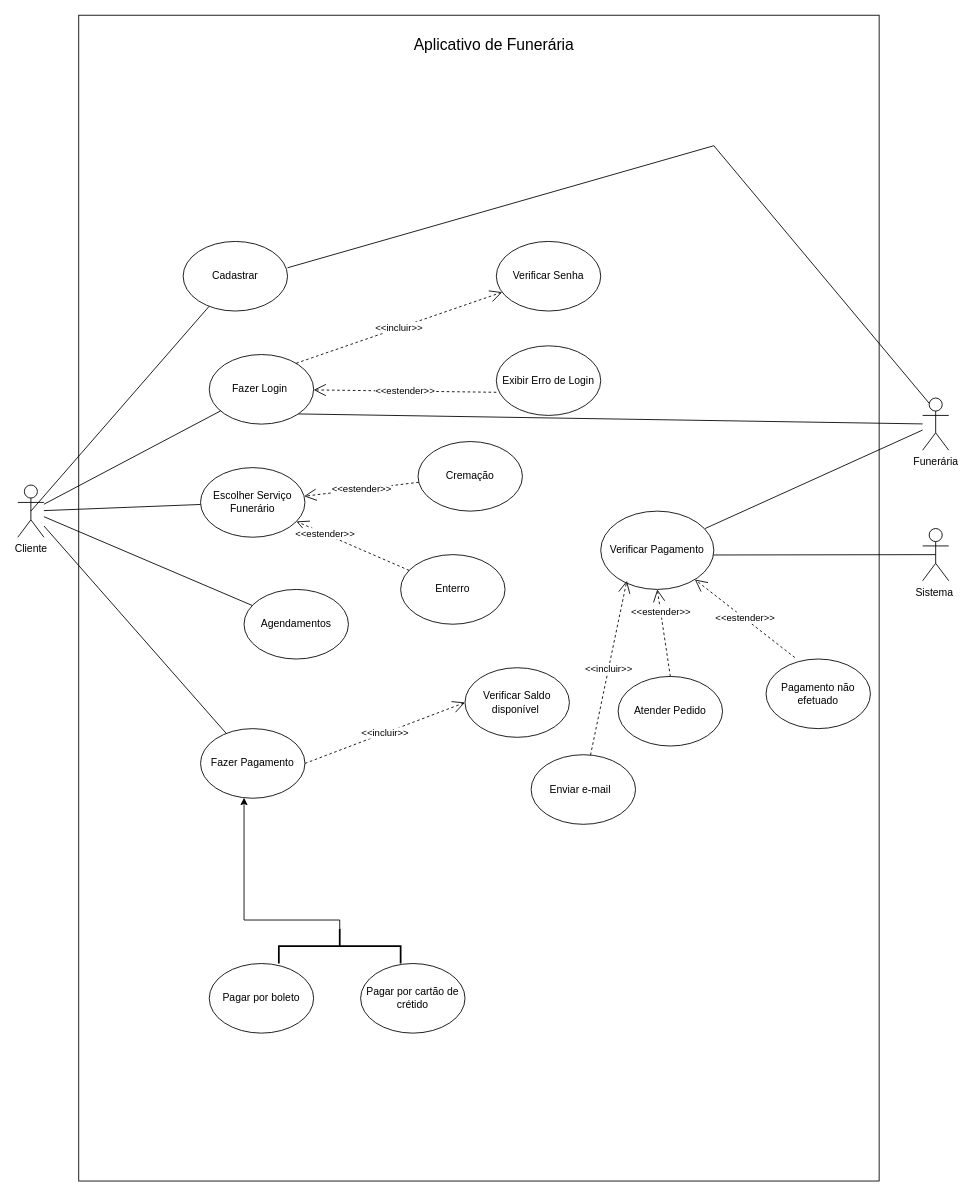
Earlier version of the draw.io diagram TrabalhoEngenharia.drawio (EsterGalati/Diagramas). Source tidied: cells renumbered, new cells numbered last; positions are measured from the earlier drawing's top-left corner, leaving out a move shared by most shapes. Both pictures are drawn from the tidied source at 87%, with x=0, y=0 at pixel (17, 15).
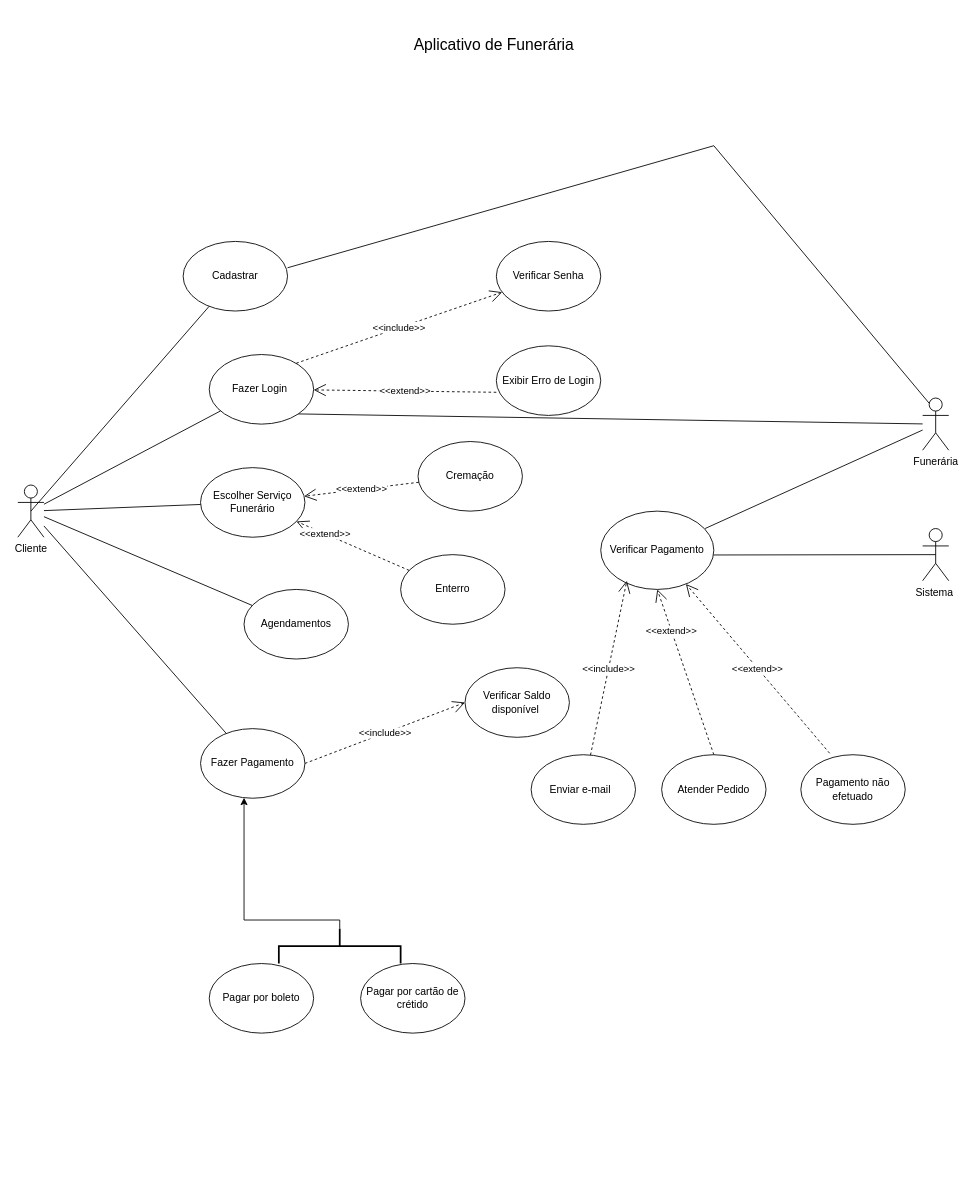
The same diagram, later.

The change refers to these unchanged cells:
```xml
<mxCell id="3" value="Fazer Login&amp;nbsp;" style="ellipse;whiteSpace=wrap;html=1;" parent="1" vertex="1">
  <mxGeometry x="220" y="390" width="120" height="80" as="geometry" />
</mxCell>
<mxCell id="5" value="Escolher Serviço Funerário" style="ellipse;whiteSpace=wrap;html=1;" parent="1" vertex="1">
  <mxGeometry x="210" y="520" width="120" height="80" as="geometry" />
</mxCell>
<mxCell id="12" value="Verificar Senha" style="ellipse;whiteSpace=wrap;html=1;" parent="1" vertex="1">
  <mxGeometry x="550" y="260" width="120" height="80" as="geometry" />
</mxCell>
<mxCell id="13" value="Fazer Pagamento" style="ellipse;whiteSpace=wrap;html=1;" parent="1" vertex="1">
  <mxGeometry x="210" y="820" width="120" height="80" as="geometry" />
</mxCell>
<mxCell id="15" value="Verificar Saldo disponível&amp;nbsp;" style="ellipse;whiteSpace=wrap;html=1;" parent="1" vertex="1">
  <mxGeometry x="514" y="750" width="120" height="80" as="geometry" />
</mxCell>
<mxCell id="23" value="Cremação" style="ellipse;whiteSpace=wrap;html=1;" parent="1" vertex="1">
  <mxGeometry x="460" y="490" width="120" height="80" as="geometry" />
</mxCell>
<mxCell id="24" value="Enterro" style="ellipse;whiteSpace=wrap;html=1;" parent="1" vertex="1">
  <mxGeometry x="440" y="620" width="120" height="80" as="geometry" />
</mxCell>
<mxCell id="30" value="Verificar Pagamento" style="ellipse;whiteSpace=wrap;html=1;" parent="1" vertex="1">
  <mxGeometry x="670" y="570" width="130" height="90" as="geometry" />
</mxCell>
<mxCell id="38" value="Sistema&amp;nbsp;&lt;br&gt;" style="shape=umlActor;verticalLabelPosition=bottom;verticalAlign=top;html=1;outlineConnect=0;" parent="1" vertex="1">
  <mxGeometry x="1040" y="590" width="30" height="60" as="geometry" />
</mxCell>
<mxCell id="40" value="Enviar e-mail&amp;nbsp;&amp;nbsp;" style="ellipse;whiteSpace=wrap;html=1;" parent="1" vertex="1">
  <mxGeometry x="590" y="850" width="120" height="80" as="geometry" />
</mxCell>
```

Change to the diagram source:
```diff
@@
-    <mxCell id="18" value="&amp;lt;&amp;lt;incluir&amp;gt;&amp;gt;" style="endArrow=open;endSize=12;dashed=1;html=1;rounded=0;" parent="1" edge="1" target="12">
+    <mxCell id="18" value="&amp;lt;&amp;lt;include&amp;gt;&amp;gt;" style="endArrow=open;endSize=12;dashed=1;html=1;rounded=0;" parent="1" edge="1" target="12">
       <mxGeometry relative="1" as="geometry">
         <mxPoint x="320" y="400" as="sourcePoint" />
       </mxGeometry>
     </mxCell>
-    <mxCell id="19" value="&amp;lt;&amp;lt;estender&amp;gt;&amp;gt;" style="endArrow=open;endSize=12;dashed=1;html=1;rounded=0;" parent="1" edge="1" target="3">
+    <mxCell id="19" value="&amp;lt;&amp;lt;extend&amp;gt;&amp;gt;" style="endArrow=open;endSize=12;dashed=1;html=1;rounded=0;" parent="1" edge="1" target="3">
       <mxGeometry relative="1" as="geometry">
         <mxPoint x="550" y="433.4" as="sourcePoint" />
       </mxGeometry>
     </mxCell>
-    <mxCell id="20" value="&amp;lt;&amp;lt;incluir&amp;gt;&amp;gt;" style="endArrow=open;endSize=12;dashed=1;html=1;rounded=0;entryX=0;entryY=0.5;entryDx=0;entryDy=0;exitX=1;exitY=0.5;exitDx=0;exitDy=0;" parent="1" edge="1" source="13" target="15">
+    <mxCell id="20" value="&amp;lt;&amp;lt;include&amp;gt;&amp;gt;" style="endArrow=open;endSize=12;dashed=1;html=1;rounded=0;entryX=0;entryY=0.5;entryDx=0;entryDy=0;exitX=1;exitY=0.5;exitDx=0;exitDy=0;" parent="1" edge="1" source="13" target="15">
       <mxGeometry relative="1" as="geometry" />
     </mxCell>
@@
-    <mxCell id="25" value="&amp;lt;&amp;lt;estender&amp;gt;&amp;gt;" style="endArrow=open;endSize=12;dashed=1;html=1;rounded=0;" parent="1" edge="1" source="23" target="5">
+    <mxCell id="25" value="&amp;lt;&amp;lt;extend&amp;gt;&amp;gt;" style="endArrow=open;endSize=12;dashed=1;html=1;rounded=0;" parent="1" edge="1" source="23" target="5">
       <mxGeometry relative="1" as="geometry" />
     </mxCell>
-    <mxCell id="26" value="&amp;lt;&amp;lt;estender&amp;gt;&amp;gt;" style="endArrow=open;endSize=12;dashed=1;html=1;rounded=0;" parent="1" edge="1" source="24" target="5">
+    <mxCell id="26" value="&amp;lt;&amp;lt;extend&amp;gt;&amp;gt;" style="endArrow=open;endSize=12;dashed=1;html=1;rounded=0;" parent="1" edge="1" source="24" target="5">
       <mxGeometry x="0.49" relative="1" as="geometry" />
     </mxCell>
@@
     <mxCell id="29" value="Atender Pedido" style="ellipse;whiteSpace=wrap;html=1;" parent="1" vertex="1">
-      <mxGeometry x="690" y="760" width="120" height="80" as="geometry" />
+      <mxGeometry x="740" y="850" width="120" height="80" as="geometry" />
     </mxCell>
@@
     <mxCell id="32" value="Pagamento não efetuado" style="ellipse;whiteSpace=wrap;html=1;" parent="1" vertex="1">
-      <mxGeometry x="860" y="740" width="120" height="80" as="geometry" />
+      <mxGeometry x="900" y="850" width="120" height="80" as="geometry" />
     </mxCell>
-    <mxCell id="33" value="&amp;lt;&amp;lt;estender&amp;gt;&amp;gt;" style="endArrow=open;endSize=12;dashed=1;html=1;rounded=0;exitX=0.276;exitY=-0.021;exitDx=0;exitDy=0;exitPerimeter=0;" parent="1" edge="1" source="32" target="30">
+    <mxCell id="33" value="&amp;lt;&amp;lt;extend&amp;gt;&amp;gt;" style="endArrow=open;endSize=12;dashed=1;html=1;rounded=0;exitX=0.276;exitY=-0.021;exitDx=0;exitDy=0;exitPerimeter=0;" parent="1" edge="1" source="32" target="30">
       <mxGeometry relative="1" as="geometry" />
     </mxCell>
-    <mxCell id="34" value="&amp;lt;&amp;lt;estender&amp;gt;&amp;gt;" style="endArrow=open;endSize=12;dashed=1;html=1;rounded=0;entryX=0.5;entryY=1;entryDx=0;entryDy=0;exitX=0.5;exitY=0;exitDx=0;exitDy=0;" parent="1" edge="1" source="29" target="30">
+    <mxCell id="34" value="&amp;lt;&amp;lt;extend&amp;gt;&amp;gt;" style="endArrow=open;endSize=12;dashed=1;html=1;rounded=0;entryX=0.5;entryY=1;entryDx=0;entryDy=0;exitX=0.5;exitY=0;exitDx=0;exitDy=0;" parent="1" edge="1" source="29" target="30">
       <mxGeometry x="0.49" relative="1" as="geometry" />
     </mxCell>
-    <mxCell id="35" style="rounded=0;whiteSpace=wrap;html=1;gradientColor=none;fillColor=none;" parent="1" vertex="1">
-      <mxGeometry x="70" width="920" height="1340" as="geometry" />
-    </mxCell>
@@
-    <mxCell id="39" style="endArrow=none;html=1;rounded=0;entryX=0.5;entryY=0.5;entryDx=0;entryDy=0;entryPerimeter=0;exitX=0.793;exitY=0.463;exitDx=0;exitDy=0;exitPerimeter=0;" parent="1" edge="1" source="35" target="38">
-      <mxGeometry relative="1" as="geometry" />
+    <mxCell id="39" style="endArrow=none;html=1;rounded=0;entryX=0.5;entryY=0.5;entryDx=0;entryDy=0;entryPerimeter=0;exitX=0.793;exitY=0.463;exitDx=0;exitDy=0;exitPerimeter=0;" parent="1" edge="1" target="38">
+      <mxGeometry relative="1" as="geometry">
+        <mxPoint x="799.6" y="620.4" as="sourcePoint" />
+      </mxGeometry>
     </mxCell>
@@
-    <mxCell id="41" value="&amp;lt;&amp;lt;incluir&amp;gt;&amp;gt;" style="endArrow=open;endSize=12;dashed=1;html=1;rounded=0;" parent="1" edge="1" source="40">
+    <mxCell id="41" value="&amp;lt;&amp;lt;include&amp;gt;&amp;gt;" style="endArrow=open;endSize=12;dashed=1;html=1;rounded=0;" parent="1" edge="1" source="40">
       <mxGeometry relative="1" as="geometry">
         <mxPoint x="700" y="650" as="targetPoint" />
       </mxGeometry>
     </mxCell>
```
